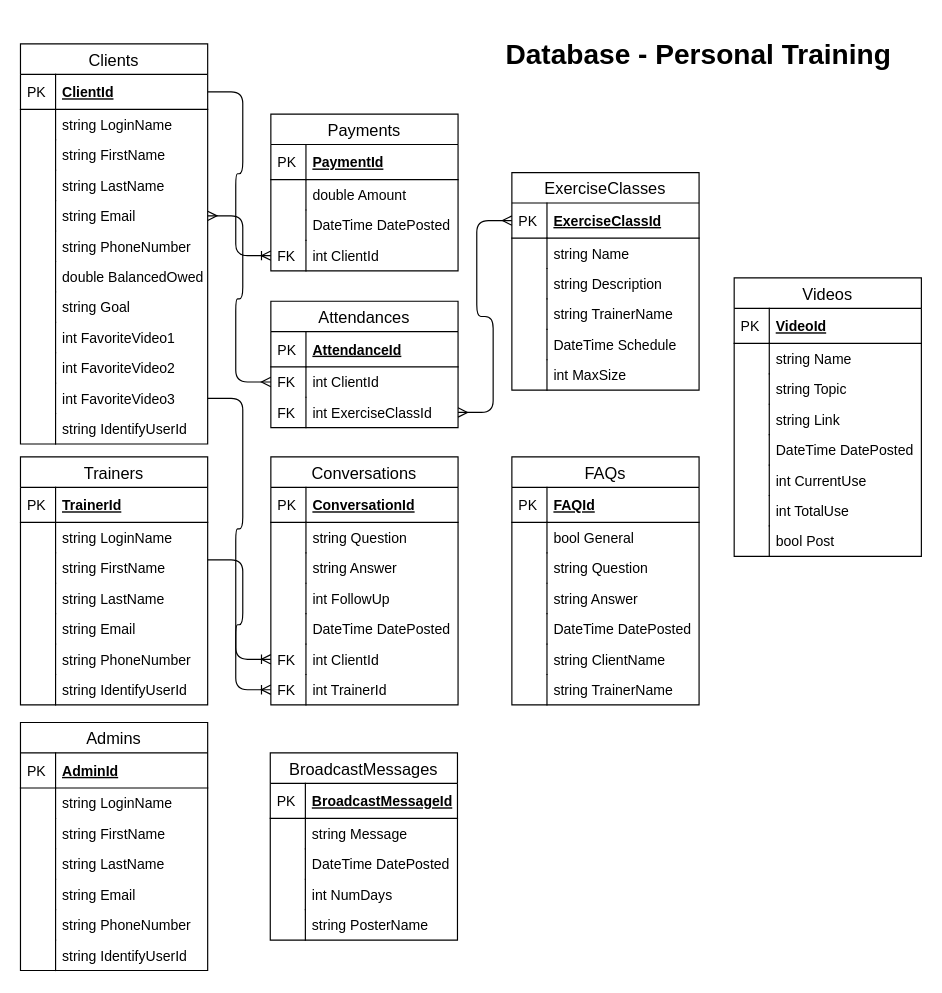
Before: page "Database" (2 of 2) of Documentation/EntityRelationshipDiagram.drawio in Randall-Gray/PersonalTraining, a draw.io diagram. Source tidied: cells renumbered, new cells numbered last; positions are measured from the earlier drawing's top-left corner, leaving out a move shared by most shapes. Both pictures are drawn from the tidied source at 117%, with x=0, y=0 at pixel (20, 32).
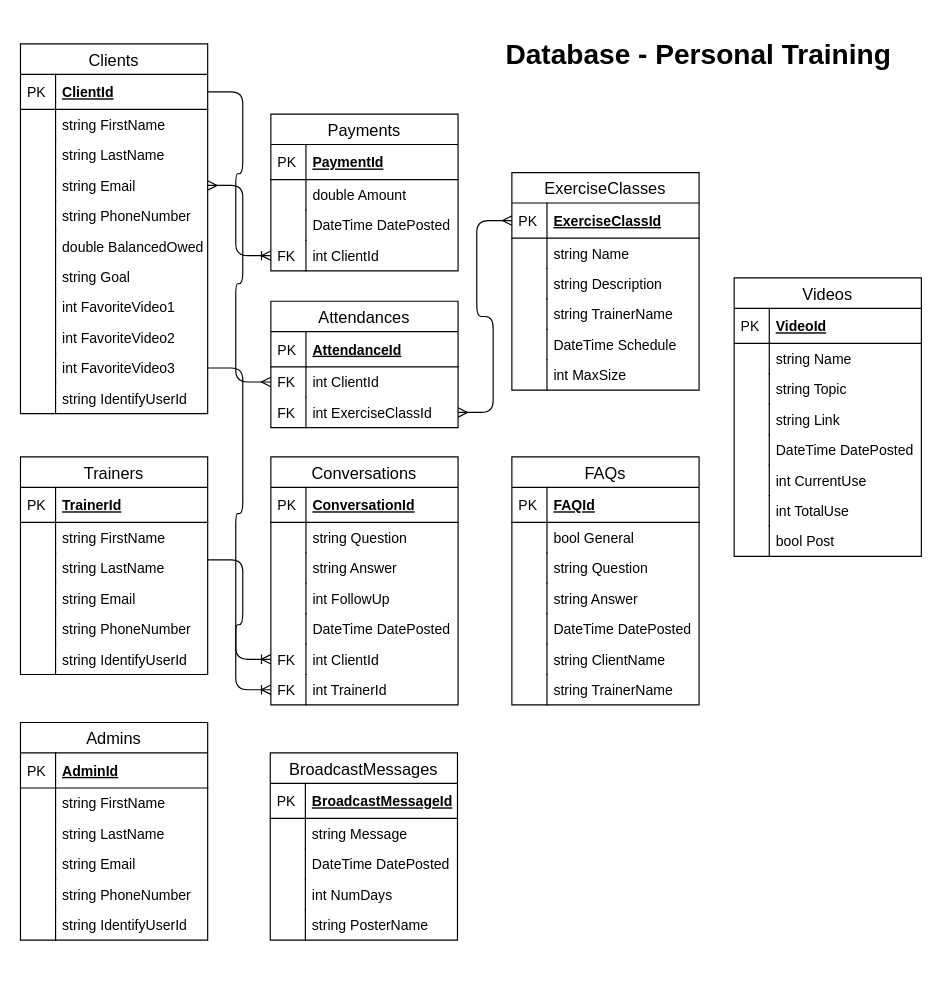
The same diagram, later.

Commit message (it also covers changes not shown here):
Removed LoginName from Clients, Trainers, Admins models. New Migration.

Diff of the diagram source:
```diff
@@
     <mxCell id="95" value="Clients" style="swimlane;fontStyle=0;horizontal=1;startSize=26;align=center;fontSize=14;" parent="1" vertex="1">
-      <mxGeometry y="10" width="160" height="342" as="geometry" />
+      <mxGeometry y="10" width="160" height="316" as="geometry" />
     </mxCell>
@@
-    <mxCell id="98" value="string LoginName" style="shape=partialRectangle;top=0;left=0;right=0;bottom=0;align=left;verticalAlign=top;fillColor=none;spacingLeft=34;spacingRight=4;overflow=hidden;fontSize=12;" parent="95" vertex="1">
-      <mxGeometry y="56" width="160" height="26" as="geometry" />
-    </mxCell>
-    <mxCell id="99" style="shape=partialRectangle;top=0;left=0;bottom=0;fillColor=none;align=left;verticalAlign=top;spacingLeft=4;spacingRight=4;overflow=hidden;fontSize=12;" parent="98" vertex="1">
-      <mxGeometry width="30" height="26" as="geometry" />
-    </mxCell>
     <mxCell id="100" value="string FirstName" style="shape=partialRectangle;top=0;left=0;right=0;bottom=0;align=left;verticalAlign=top;fillColor=none;spacingLeft=34;spacingRight=4;overflow=hidden;fontSize=12;" parent="95" vertex="1">
-      <mxGeometry y="82" width="160" height="26" as="geometry" />
+      <mxGeometry y="56" width="160" height="26" as="geometry" />
     </mxCell>
@@
     <mxCell id="102" value="string LastName" style="shape=partialRectangle;top=0;left=0;right=0;bottom=0;align=left;verticalAlign=top;fillColor=none;spacingLeft=34;spacingRight=4;overflow=hidden;fontSize=12;" parent="95" vertex="1">
-      <mxGeometry y="108" width="160" height="26" as="geometry" />
+      <mxGeometry y="82" width="160" height="26" as="geometry" />
     </mxCell>
@@
     <mxCell id="104" value="string Email" style="shape=partialRectangle;top=0;left=0;right=0;bottom=0;align=left;verticalAlign=top;fillColor=none;spacingLeft=34;spacingRight=4;overflow=hidden;points=[[0,0.5],[1,0.5]];portConstraint=eastwest;fontSize=12;" parent="95" vertex="1">
-      <mxGeometry y="134" width="160" height="26" as="geometry" />
+      <mxGeometry y="108" width="160" height="26" as="geometry" />
     </mxCell>
@@
     <mxCell id="106" value="string PhoneNumber" style="shape=partialRectangle;top=0;left=0;right=0;bottom=0;align=left;verticalAlign=top;fillColor=none;spacingLeft=34;spacingRight=4;overflow=hidden;fontSize=12;" parent="95" vertex="1">
-      <mxGeometry y="160" width="160" height="26" as="geometry" />
+      <mxGeometry y="134" width="160" height="26" as="geometry" />
     </mxCell>
@@
     <mxCell id="108" value="double BalancedOwed" style="shape=partialRectangle;top=0;left=0;right=0;bottom=0;align=left;verticalAlign=top;fillColor=none;spacingLeft=34;spacingRight=4;overflow=hidden;fontSize=12;" parent="95" vertex="1">
-      <mxGeometry y="186" width="160" height="26" as="geometry" />
+      <mxGeometry y="160" width="160" height="26" as="geometry" />
     </mxCell>
@@
     <mxCell id="110" value="string Goal&#10;" style="shape=partialRectangle;top=0;left=0;right=0;bottom=0;align=left;verticalAlign=top;fillColor=none;spacingLeft=34;spacingRight=4;overflow=hidden;fontSize=12;" parent="95" vertex="1">
-      <mxGeometry y="212" width="160" height="26" as="geometry" />
+      <mxGeometry y="186" width="160" height="26" as="geometry" />
     </mxCell>
@@
     <mxCell id="112" value="int FavoriteVideo1" style="shape=partialRectangle;top=0;left=0;right=0;bottom=0;align=left;verticalAlign=top;fillColor=none;spacingLeft=34;spacingRight=4;overflow=hidden;fontSize=12;" parent="95" vertex="1">
-      <mxGeometry y="238" width="160" height="26" as="geometry" />
+      <mxGeometry y="212" width="160" height="26" as="geometry" />
     </mxCell>
@@
     <mxCell id="114" value="int FavoriteVideo2" style="shape=partialRectangle;top=0;left=0;right=0;bottom=0;align=left;verticalAlign=top;fillColor=none;spacingLeft=34;spacingRight=4;overflow=hidden;fontSize=12;" parent="95" vertex="1">
-      <mxGeometry y="264" width="160" height="26" as="geometry" />
+      <mxGeometry y="238" width="160" height="26" as="geometry" />
     </mxCell>
@@
     <mxCell id="116" value="int FavoriteVideo3" style="shape=partialRectangle;top=0;left=0;right=0;bottom=0;align=left;verticalAlign=top;fillColor=none;spacingLeft=34;spacingRight=4;overflow=hidden;points=[[0,0.5],[1,0.5]];portConstraint=eastwest;fontSize=12;" parent="95" vertex="1">
-      <mxGeometry y="290" width="160" height="26" as="geometry" />
+      <mxGeometry y="264" width="160" height="26" as="geometry" />
     </mxCell>
@@
     <mxCell id="118" value="string IdentifyUserId" style="shape=partialRectangle;top=0;left=0;right=0;bottom=0;align=left;verticalAlign=top;fillColor=none;spacingLeft=34;spacingRight=4;overflow=hidden;fontSize=12;" parent="95" vertex="1">
-      <mxGeometry y="316" width="160" height="26" as="geometry" />
+      <mxGeometry y="290" width="160" height="26" as="geometry" />
     </mxCell>
@@
     <mxCell id="120" value="Trainers" style="swimlane;fontStyle=0;horizontal=1;startSize=26;align=center;fontSize=14;" parent="1" vertex="1">
-      <mxGeometry y="363" width="160" height="212" as="geometry" />
+      <mxGeometry y="363" width="160" height="186" as="geometry" />
     </mxCell>
@@
-    <mxCell id="123" value="string LoginName" style="shape=partialRectangle;top=0;left=0;right=0;bottom=0;align=left;verticalAlign=top;fillColor=none;spacingLeft=34;spacingRight=4;overflow=hidden;fontSize=12;" parent="120" vertex="1">
-      <mxGeometry y="56" width="160" height="26" as="geometry" />
-    </mxCell>
-    <mxCell id="124" style="shape=partialRectangle;top=0;left=0;bottom=0;fillColor=none;align=left;verticalAlign=top;spacingLeft=4;spacingRight=4;overflow=hidden;fontSize=12;" parent="123" vertex="1">
-      <mxGeometry width="30" height="26" as="geometry" />
-    </mxCell>
     <mxCell id="125" value="string FirstName" style="shape=partialRectangle;top=0;left=0;right=0;bottom=0;align=left;verticalAlign=top;fillColor=none;spacingLeft=34;spacingRight=4;overflow=hidden;fontSize=12;" parent="120" vertex="1">
-      <mxGeometry y="82" width="160" height="26" as="geometry" />
+      <mxGeometry y="56" width="160" height="26" as="geometry" />
     </mxCell>
@@
     <mxCell id="127" value="string LastName" style="shape=partialRectangle;top=0;left=0;right=0;bottom=0;align=left;verticalAlign=top;fillColor=none;spacingLeft=34;spacingRight=4;overflow=hidden;fontSize=12;" parent="120" vertex="1">
-      <mxGeometry y="108" width="160" height="26" as="geometry" />
+      <mxGeometry y="82" width="160" height="26" as="geometry" />
     </mxCell>
@@
     <mxCell id="129" value="string Email" style="shape=partialRectangle;top=0;left=0;right=0;bottom=0;align=left;verticalAlign=top;fillColor=none;spacingLeft=34;spacingRight=4;overflow=hidden;fontSize=12;" parent="120" vertex="1">
-      <mxGeometry y="134" width="160" height="26" as="geometry" />
+      <mxGeometry y="108" width="160" height="26" as="geometry" />
     </mxCell>
@@
     <mxCell id="131" value="string PhoneNumber" style="shape=partialRectangle;top=0;left=0;right=0;bottom=0;align=left;verticalAlign=top;fillColor=none;spacingLeft=34;spacingRight=4;overflow=hidden;fontSize=12;" parent="120" vertex="1">
-      <mxGeometry y="160" width="160" height="26" as="geometry" />
+      <mxGeometry y="134" width="160" height="26" as="geometry" />
     </mxCell>
@@
     <mxCell id="133" value="string IdentifyUserId" style="shape=partialRectangle;top=0;left=0;right=0;bottom=0;align=left;verticalAlign=top;fillColor=none;spacingLeft=34;spacingRight=4;overflow=hidden;fontSize=12;" parent="120" vertex="1">
-      <mxGeometry y="186" width="160" height="26" as="geometry" />
+      <mxGeometry y="160" width="160" height="26" as="geometry" />
     </mxCell>
@@
     <mxCell id="135" value="Admins" style="swimlane;fontStyle=0;horizontal=1;startSize=26;align=center;fontSize=14;" parent="1" vertex="1">
-      <mxGeometry y="590" width="160" height="212" as="geometry" />
+      <mxGeometry y="590" width="160" height="186" as="geometry" />
     </mxCell>
@@
-    <mxCell id="138" value="string LoginName" style="shape=partialRectangle;top=0;left=0;right=0;bottom=0;align=left;verticalAlign=top;fillColor=none;spacingLeft=34;spacingRight=4;overflow=hidden;fontSize=12;" parent="135" vertex="1">
-      <mxGeometry y="56" width="160" height="26" as="geometry" />
-    </mxCell>
-    <mxCell id="139" style="shape=partialRectangle;top=0;left=0;bottom=0;fillColor=none;align=left;verticalAlign=top;spacingLeft=4;spacingRight=4;overflow=hidden;fontSize=12;" parent="138" vertex="1">
-      <mxGeometry width="30" height="26" as="geometry" />
-    </mxCell>
     <mxCell id="140" value="string FirstName" style="shape=partialRectangle;top=0;left=0;right=0;bottom=0;align=left;verticalAlign=top;fillColor=none;spacingLeft=34;spacingRight=4;overflow=hidden;fontSize=12;" parent="135" vertex="1">
-      <mxGeometry y="82" width="160" height="26" as="geometry" />
+      <mxGeometry y="56" width="160" height="26" as="geometry" />
     </mxCell>
@@
     <mxCell id="142" value="string LastName" style="shape=partialRectangle;top=0;left=0;right=0;bottom=0;align=left;verticalAlign=top;fillColor=none;spacingLeft=34;spacingRight=4;overflow=hidden;fontSize=12;" parent="135" vertex="1">
-      <mxGeometry y="108" width="160" height="26" as="geometry" />
+      <mxGeometry y="82" width="160" height="26" as="geometry" />
     </mxCell>
@@
     <mxCell id="144" value="string Email" style="shape=partialRectangle;top=0;left=0;right=0;bottom=0;align=left;verticalAlign=top;fillColor=none;spacingLeft=34;spacingRight=4;overflow=hidden;fontSize=12;" parent="135" vertex="1">
-      <mxGeometry y="134" width="160" height="26" as="geometry" />
+      <mxGeometry y="108" width="160" height="26" as="geometry" />
     </mxCell>
@@
     <mxCell id="146" value="string PhoneNumber" style="shape=partialRectangle;top=0;left=0;right=0;bottom=0;align=left;verticalAlign=top;fillColor=none;spacingLeft=34;spacingRight=4;overflow=hidden;fontSize=12;" parent="135" vertex="1">
-      <mxGeometry y="160" width="160" height="26" as="geometry" />
+      <mxGeometry y="134" width="160" height="26" as="geometry" />
     </mxCell>
@@
     <mxCell id="148" value="string IdentifyUserId" style="shape=partialRectangle;top=0;left=0;right=0;bottom=0;align=left;verticalAlign=top;fillColor=none;spacingLeft=34;spacingRight=4;overflow=hidden;fontSize=12;" parent="135" vertex="1">
-      <mxGeometry y="186" width="160" height="26" as="geometry" />
+      <mxGeometry y="160" width="160" height="26" as="geometry" />
     </mxCell>
```
